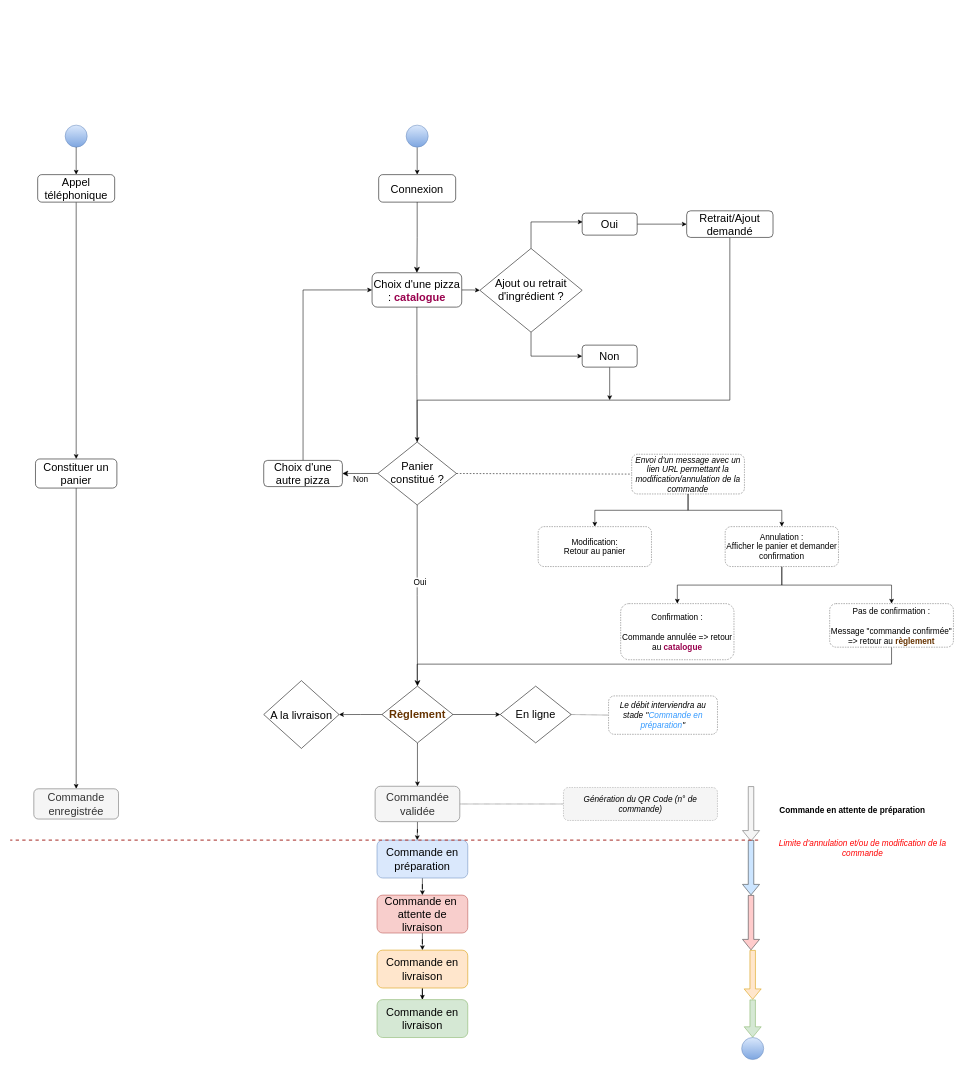
OMorlotti/P4-analyser-les-besoin-de-mon-client-pour-son-groupe-de-pizzerias keeps this draw.io diagram as Copy of Untitled Diagram.drawio. Above is the earlier version. Source tidied: cells renumbered, new cells numbered last; positions are measured from the earlier drawing's top-left corner, leaving out a move shared by most shapes. Both pictures are drawn from the tidied source at 55%, with x=0, y=0 at pixel (10, 9).
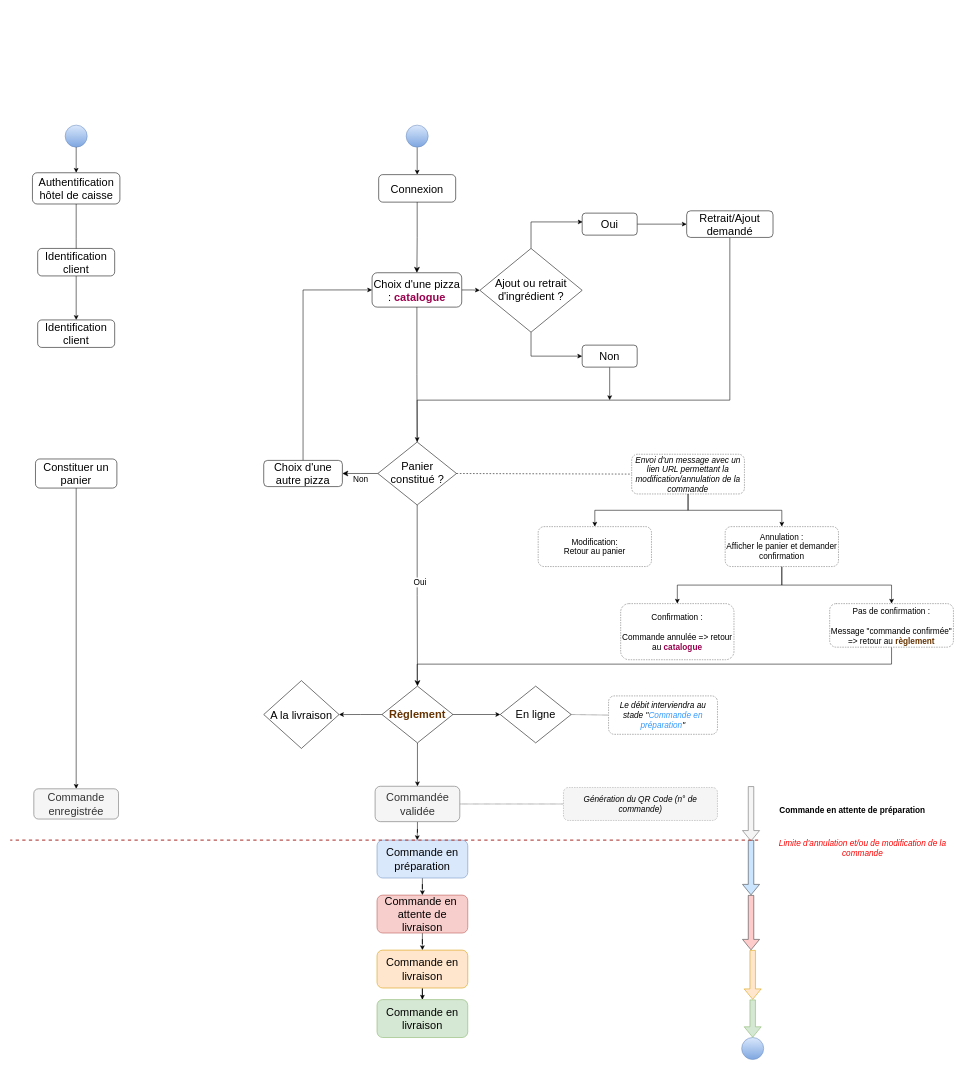
The same page after the edit.

Unchanged cells that the change refers to:
```xml
<mxCell id="69" value="&lt;font style=&quot;font-size: 20px&quot;&gt;Constituer un panier&lt;/font&gt;" style="rounded=1;whiteSpace=wrap;html=1;fontSize=12;glass=0;strokeWidth=1;shadow=0;" parent="1" vertex="1">
  <mxGeometry x="46" y="817" width="148" height="52.9" as="geometry" />
</mxCell>
```

The edit, as a diff of the source:
```diff
@@
-    <mxCell id="66" style="edgeStyle=orthogonalEdgeStyle;rounded=0;jettySize=auto;html=1;" parent="1" edge="1" source="67" target="69">
-      <mxGeometry relative="1" as="geometry" />
+    <mxCell id="66" style="edgeStyle=orthogonalEdgeStyle;rounded=0;jettySize=auto;html=1;" parent="1" edge="1" source="67">
+      <mxGeometry relative="1" as="geometry">
+        <mxPoint x="120" y="480" as="targetPoint" />
+      </mxGeometry>
     </mxCell>
-    <mxCell id="67" value="&lt;font style=&quot;font-size: 20px&quot;&gt;Appel téléphonique&lt;/font&gt;" style="rounded=1;whiteSpace=wrap;html=1;fontSize=12;glass=0;strokeWidth=1;shadow=0;" parent="1" vertex="1">
-      <mxGeometry x="50" y="300" width="140" height="50" as="geometry" />
+    <mxCell id="67" value="&lt;span style=&quot;font-size: 20px&quot;&gt;Authentification hôtel de caisse&lt;/span&gt;" style="rounded=1;whiteSpace=wrap;html=1;fontSize=12;glass=0;strokeWidth=1;shadow=0;" parent="1" vertex="1">
+      <mxGeometry x="40.5" y="296.6" width="159" height="56.8" as="geometry" />
     </mxCell>
@@
+    <mxCell id="71" style="edgeStyle=orthogonalEdgeStyle;rounded=0;jettySize=auto;html=1;" parent="1" edge="1" source="72" target="73">
+      <mxGeometry relative="1" as="geometry" />
+    </mxCell>
+    <mxCell id="72" value="&lt;font style=&quot;font-size: 20px&quot;&gt;Identification client&lt;/font&gt;" style="rounded=1;whiteSpace=wrap;html=1;fontSize=12;glass=0;strokeWidth=1;shadow=0;" parent="1" vertex="1">
+      <mxGeometry x="50" y="434.2" width="140" height="50" as="geometry" />
+    </mxCell>
+    <mxCell id="73" value="&lt;font style=&quot;font-size: 20px&quot;&gt;Identification client&lt;/font&gt;" style="rounded=1;whiteSpace=wrap;html=1;fontSize=12;glass=0;strokeWidth=1;shadow=0;" parent="1" vertex="1">
+      <mxGeometry x="50" y="564.2" width="140" height="50" as="geometry" />
+    </mxCell>
```
